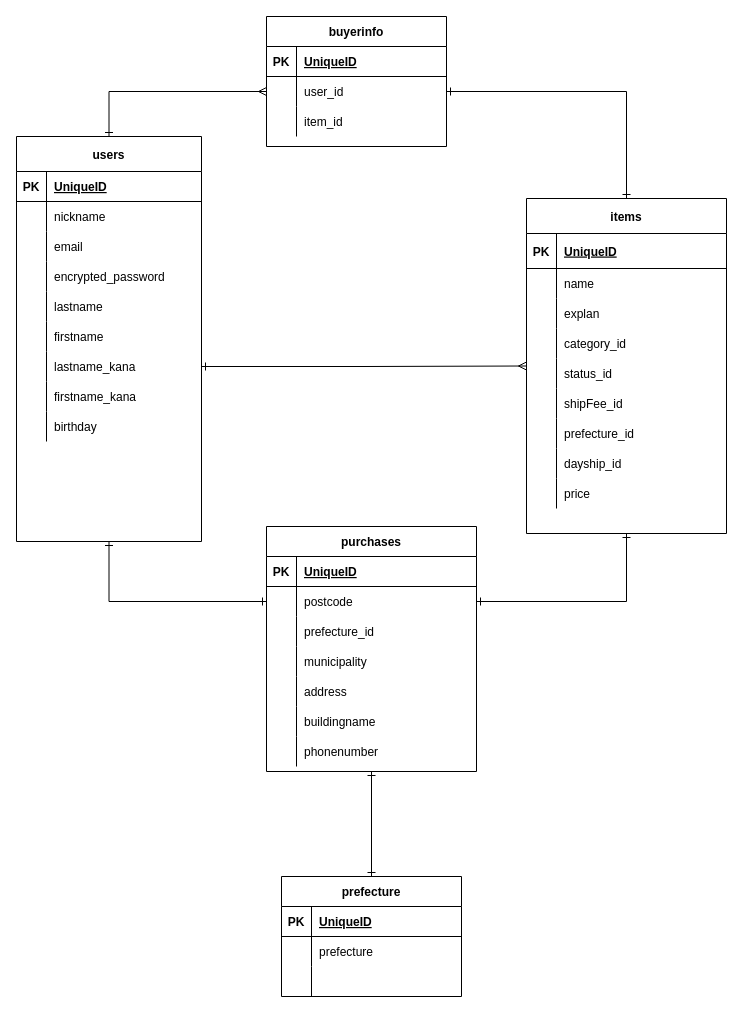
This is app/views/DB.dio from nakanori0508/furima-31792, a draw.io file, before an edit. Source tidied: cells renumbered, new cells numbered last; positions are measured from the earlier drawing's top-left corner, leaving out a move shared by most shapes. Both pictures are drawn from the tidied source at 100%, with x=0, y=0 at pixel (16, 16).
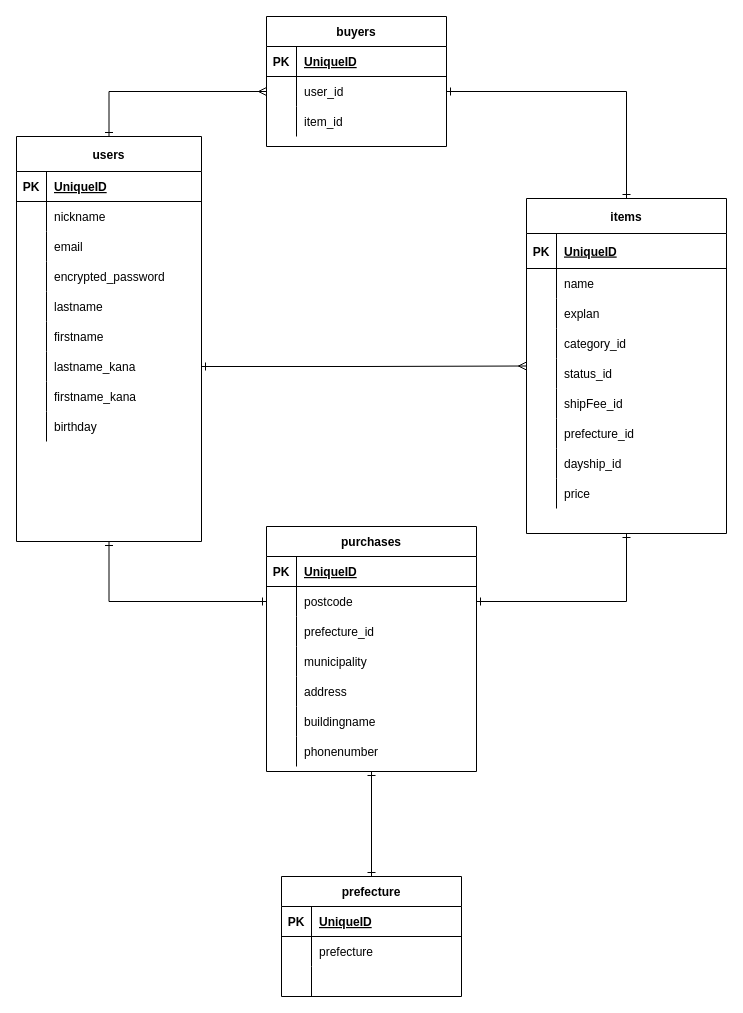
Above is the later version.

What changed in the source:
```diff
@@
-    <mxCell id="64" value="buyerinfo" style="shape=table;startSize=30;childLayout=tableLayout;rowLines=0;fontStyle=1;align=center;" parent="1" vertex="1">
+    <mxCell id="64" value="buyers" style="shape=table;startSize=30;childLayout=tableLayout;rowLines=0;fontStyle=1;align=center;" parent="1" vertex="1">
       <mxGeometry x="250" width="180" height="130" as="geometry" />
     </mxCell>
```
